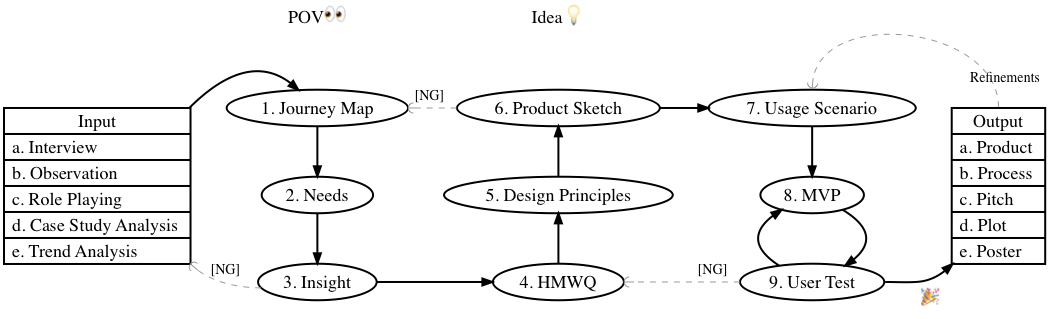
Earlier version of the Graphviz export toolkit/edp-toolkit.png (titech-edp/titech-edp.github.io). Its source is kept beside it as toolkit/edp-toolkit.dot.
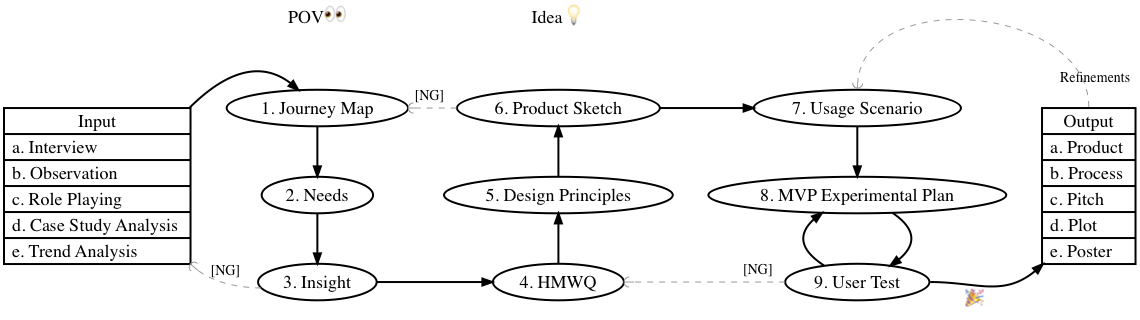
Above is the later version.

Diff of the diagram source:
```diff
@@ -30,7 +30,7 @@
 	DP [label = "5. Design Principles"];
 	Sketch [label = "6. Product Sketch"];
 	Story [label = "7. Usage Scenario"];
-	MVP [label = "8. MVP"];
+	MVP [label = "8. MVP Experimental Plan"];
 	Test [label = "9. User Test"];
 
 	Input -> CJM [
```
